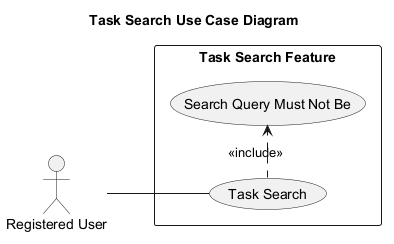
Dulneth210229/Auto-Forge-MAS keeps this PlantUML diagram as services/agentic_service/outputs/taskflow/feature-task-search/03_architecture/task_search_usecase_v1.png. Above is the earlier version. Source of this version:
```plantuml
@startuml
left to right direction
skinparam packageStyle rectangle
skinparam shadowing false

title Task Search Use Case Diagram

actor "Registered User" as ACT_001

rectangle "Task Search Feature" {
  usecase "Task Search" as UC_001
  usecase "Search Query Must Not Be" as UC_002
}

ACT_001 -- UC_001
UC_001 .> UC_002 : <<include>>

@enduml
```
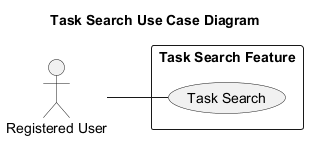
The same file after the commit.

The edit, as a diff of the source:
```diff
@@ -9,10 +9,8 @@
 
 rectangle "Task Search Feature" {
   usecase "Task Search" as UC_001
-  usecase "Search Query Must Not Be" as UC_002
 }
 
 ACT_001 -- UC_001
-UC_001 .> UC_002 : <<include>>
 
 @enduml
```
